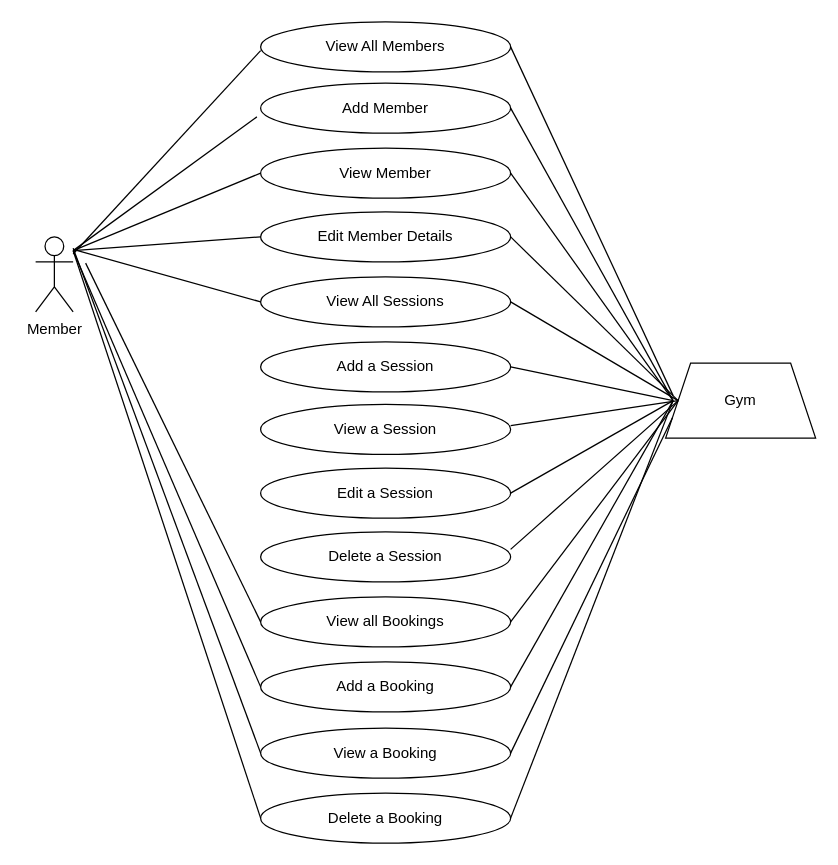
M5FGN/codeclan_project_gymclan keeps this draw.io diagram as diagrams/project_usecase_diagram.drawio. Above is the earlier version. Source tidied: cells renumbered, new cells numbered last; positions are measured from the earlier drawing's top-left corner, leaving out a move shared by most shapes. Both pictures are drawn from the tidied source at 125%, with x=0, y=0 at pixel (35, 21).
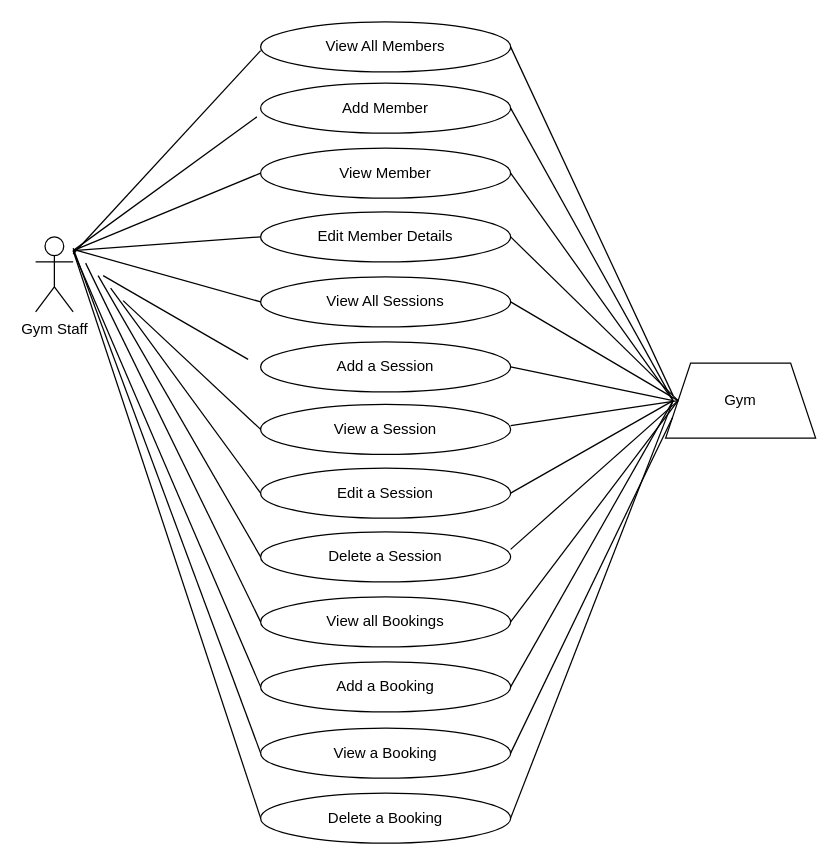
After the change.

Unchanged cells that the change refers to:
```xml
<mxCell id="7" value="View a Session" style="ellipse;whiteSpace=wrap;html=1;" parent="1" vertex="1">
  <mxGeometry x="180" y="306" width="200" height="40" as="geometry" />
</mxCell>
<mxCell id="8" value="Edit a Session" style="ellipse;whiteSpace=wrap;html=1;" parent="1" vertex="1">
  <mxGeometry x="180" y="357" width="200" height="40" as="geometry" />
</mxCell>
<mxCell id="9" value="Delete a Session" style="ellipse;whiteSpace=wrap;html=1;" parent="1" vertex="1">
  <mxGeometry x="180" y="408" width="200" height="40" as="geometry" />
</mxCell>
```

Change to the diagram source:
```diff
@@
-    <mxCell id="2" value="Member" style="shape=umlActor;verticalLabelPosition=bottom;verticalAlign=top;html=1;outlineConnect=0;" parent="1" vertex="1">
+    <mxCell id="2" value="Gym Staff" style="shape=umlActor;verticalLabelPosition=bottom;verticalAlign=top;html=1;outlineConnect=0;" parent="1" vertex="1">
       <mxGeometry y="172" width="30" height="60" as="geometry" />
     </mxCell>
@@
+    <mxCell id="39" style="endArrow=none;html=1;entryX=0;entryY=0.5;entryDx=0;entryDy=0;" parent="1" edge="1" target="9">
+      <mxGeometry relative="1" as="geometry">
+        <mxPoint x="50" y="203" as="sourcePoint" />
+      </mxGeometry>
+    </mxCell>
+    <mxCell id="40" style="endArrow=none;html=1;entryX=0;entryY=0.5;entryDx=0;entryDy=0;" parent="1" edge="1" target="8">
+      <mxGeometry relative="1" as="geometry">
+        <mxPoint x="60" y="213" as="sourcePoint" />
+      </mxGeometry>
+    </mxCell>
+    <mxCell id="41" style="endArrow=none;html=1;entryX=0;entryY=0.5;entryDx=0;entryDy=0;" parent="1" edge="1" target="7">
+      <mxGeometry relative="1" as="geometry">
+        <mxPoint x="70" y="223" as="sourcePoint" />
+      </mxGeometry>
+    </mxCell>
+    <mxCell id="42" style="endArrow=none;html=1;" parent="1" edge="1">
+      <mxGeometry relative="1" as="geometry">
+        <mxPoint x="54" y="203" as="sourcePoint" />
+        <mxPoint x="170" y="270" as="targetPoint" />
+      </mxGeometry>
+    </mxCell>
```
